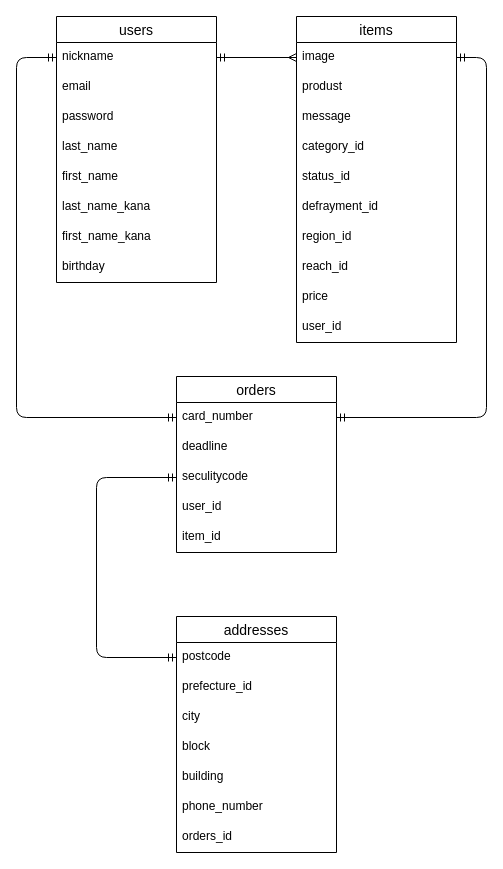
Earlier version of the draw.io diagram database.dio (Muck023/furima-38160). Source tidied: cells renumbered, new cells numbered last; positions are measured from the earlier drawing's top-left corner, leaving out a move shared by most shapes. Both pictures are drawn from the tidied source at 100%, with x=0, y=0 at pixel (16, 16).
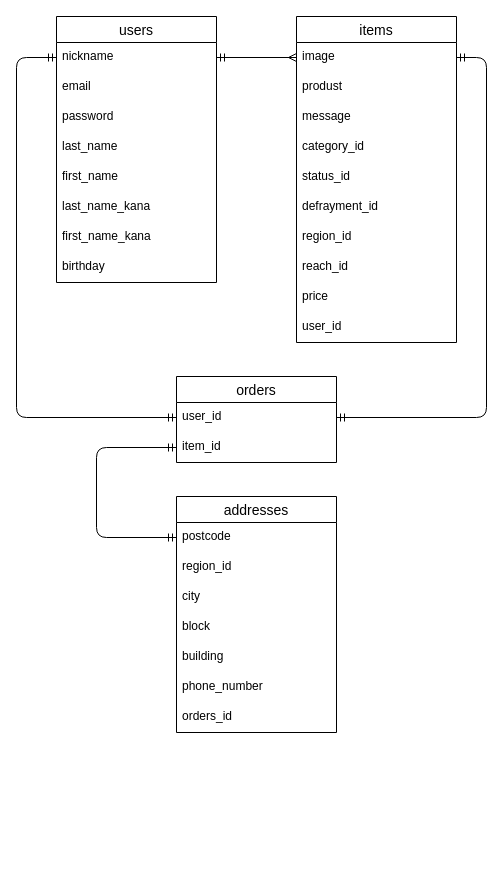
After the change.

Commit message (it also covers changes not shown here):
データベース設計の修正2回目

Unchanged cells that the change refers to:
```xml
<mxCell id="3" value="nickname" style="text;strokeColor=none;fillColor=none;spacingLeft=4;spacingRight=4;overflow=hidden;points=[[0,0.5],[1,0.5]];portConstraint=eastwest;fontSize=12;" parent="2" vertex="1">
  <mxGeometry y="26" width="160" height="30" as="geometry" />
</mxCell>
<mxCell id="12" value="image" style="text;strokeColor=none;fillColor=none;spacingLeft=4;spacingRight=4;overflow=hidden;points=[[0,0.5],[1,0.5]];portConstraint=eastwest;fontSize=12;" parent="11" vertex="1">
  <mxGeometry y="26" width="160" height="30" as="geometry" />
</mxCell>
<mxCell id="31" value="postcode" style="text;strokeColor=none;fillColor=none;spacingLeft=4;spacingRight=4;overflow=hidden;points=[[0,0.5],[1,0.5]];portConstraint=eastwest;fontSize=12;" parent="30" vertex="1">
  <mxGeometry y="26" width="160" height="30" as="geometry" />
</mxCell>
```

Change to the diagram source:
```diff
@@
     <mxCell id="22" value="orders" style="swimlane;fontStyle=0;horizontal=1;startSize=26;align=center;fontSize=14;" parent="1" vertex="1">
-      <mxGeometry x="160" y="360" width="160" height="176" as="geometry" />
+      <mxGeometry x="160" y="360" width="160" height="86" as="geometry" />
     </mxCell>
-    <mxCell id="23" value="card_number" style="text;strokeColor=none;fillColor=none;spacingLeft=4;spacingRight=4;overflow=hidden;points=[[0,0.5],[1,0.5]];portConstraint=eastwest;fontSize=12;" parent="22" vertex="1">
-      <mxGeometry y="26" width="160" height="30" as="geometry" />
-    </mxCell>
-    <mxCell id="24" value="deadline" style="text;strokeColor=none;fillColor=none;spacingLeft=4;spacingRight=4;overflow=hidden;fontSize=12;" parent="22" vertex="1">
-      <mxGeometry y="56" width="160" height="30" as="geometry" />
-    </mxCell>
-    <mxCell id="25" value="seculitycode" style="text;strokeColor=none;fillColor=none;spacingLeft=4;spacingRight=4;overflow=hidden;points=[[0,0.5],[1,0.5]];portConstraint=eastwest;fontSize=12;" parent="22" vertex="1">
-      <mxGeometry y="86" width="160" height="30" as="geometry" />
-    </mxCell>
     <mxCell id="26" value="user_id" style="text;strokeColor=none;fillColor=none;spacingLeft=4;spacingRight=4;overflow=hidden;fontSize=12;" parent="22" vertex="1">
-      <mxGeometry y="116" width="160" height="30" as="geometry" />
+      <mxGeometry y="26" width="160" height="30" as="geometry" />
     </mxCell>
     <mxCell id="27" value="item_id" style="text;strokeColor=none;fillColor=none;spacingLeft=4;spacingRight=4;overflow=hidden;points=[[0,0.5],[1,0.5]];portConstraint=eastwest;fontSize=12;" parent="22" vertex="1">
-      <mxGeometry y="146" width="160" height="30" as="geometry" />
+      <mxGeometry y="56" width="160" height="30" as="geometry" />
     </mxCell>
-    <mxCell id="28" style="edgeStyle=entityRelationEdgeStyle;fontSize=12;html=1;endArrow=ERmandOne;startArrow=ERmandOne;exitX=1;exitY=0.5;exitDx=0;exitDy=0;" parent="1" edge="1" source="23" target="12">
-      <mxGeometry relative="1" as="geometry" />
+    <mxCell id="28" style="edgeStyle=entityRelationEdgeStyle;fontSize=12;html=1;endArrow=ERmandOne;startArrow=ERmandOne;exitX=1;exitY=0.5;exitDx=0;exitDy=0;" parent="1" edge="1" target="12">
+      <mxGeometry relative="1" as="geometry">
+        <mxPoint x="320" y="401" as="sourcePoint" />
+      </mxGeometry>
     </mxCell>
-    <mxCell id="29" style="edgeStyle=none;html=1;exitX=0;exitY=0.5;exitDx=0;exitDy=0;entryX=0;entryY=0.5;entryDx=0;entryDy=0;endArrow=ERmandOne;endFill=0;startArrow=ERmandOne;startFill=0;" parent="1" edge="1" source="3" target="23">
+    <mxCell id="29" style="edgeStyle=none;html=1;exitX=0;exitY=0.5;exitDx=0;exitDy=0;entryX=0;entryY=0.5;entryDx=0;entryDy=0;endArrow=ERmandOne;endFill=0;startArrow=ERmandOne;startFill=0;" parent="1" edge="1" source="3">
       <mxGeometry relative="1" as="geometry">
+        <mxPoint x="160" y="401" as="targetPoint" />
         <Array as="points">
           <mxPoint y="41" />
           <mxPoint y="401" />
         </Array>
       </mxGeometry>
     </mxCell>
     <mxCell id="30" value="addresses" style="swimlane;fontStyle=0;horizontal=1;startSize=26;align=center;fontSize=14;" parent="1" vertex="1">
-      <mxGeometry x="160" y="600" width="160" height="236" as="geometry" />
+      <mxGeometry x="160" y="480" width="160" height="236" as="geometry" />
     </mxCell>
@@
-    <mxCell id="32" value="prefecture_id" style="text;strokeColor=none;fillColor=none;spacingLeft=4;spacingRight=4;overflow=hidden;fontSize=12;" parent="30" vertex="1">
+    <mxCell id="32" value="region_id" style="text;strokeColor=none;fillColor=none;spacingLeft=4;spacingRight=4;overflow=hidden;fontSize=12;" parent="30" vertex="1">
       <mxGeometry y="56" width="160" height="30" as="geometry" />
     </mxCell>
@@
-    <mxCell id="38" style="edgeStyle=none;html=1;exitX=0;exitY=0.5;exitDx=0;exitDy=0;startArrow=ERmandOne;startFill=0;endArrow=ERmandOne;endFill=0;entryX=0;entryY=0.5;entryDx=0;entryDy=0;" parent="1" edge="1" source="25" target="31">
+    <mxCell id="38" style="edgeStyle=none;html=1;exitX=0;exitY=0.5;exitDx=0;exitDy=0;startArrow=ERmandOne;startFill=0;endArrow=ERmandOne;endFill=0;entryX=0;entryY=0.5;entryDx=0;entryDy=0;" parent="1" edge="1" source="27" target="31">
       <mxGeometry relative="1" as="geometry">
         <Array as="points">
-          <mxPoint x="80" y="461" />
-          <mxPoint x="80" y="641" />
+          <mxPoint x="80" y="431" />
+          <mxPoint x="80" y="521" />
         </Array>
       </mxGeometry>
     </mxCell>
```
